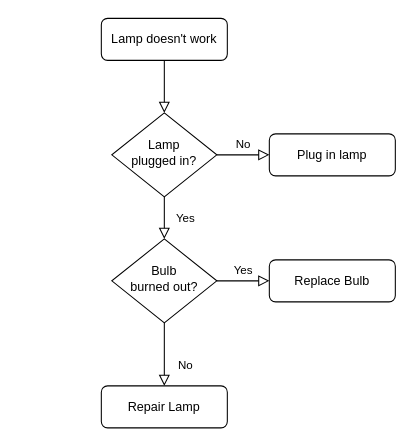
Antor7080/Antor7080 keeps this draw.io diagram as Untitled Diagram.drawio. Above is the earlier version. Source tidied: cells renumbered, new cells numbered last; positions are measured from the earlier drawing's top-left corner, leaving out a move shared by most shapes. Both pictures are drawn from the tidied source at 105%, with x=0, y=0 at pixel (101, 18).
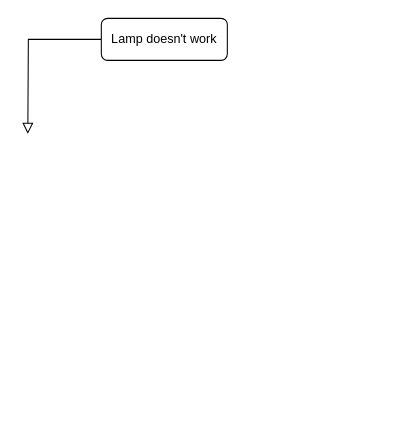
After the change.

Change to the diagram source:
```diff
@@
 <mxGraphModel>
   <root>
     <mxCell id="0" />
     <mxCell id="1" parent="0" />
-    <mxCell id="2" style="rounded=0;html=1;jettySize=auto;fontSize=11;endArrow=block;endFill=0;endSize=8;strokeWidth=1;shadow=0;labelBackgroundColor=none;edgeStyle=orthogonalEdgeStyle;" parent="1" edge="1" source="3" target="6">
-      <mxGeometry relative="1" as="geometry" />
+    <mxCell id="2" style="rounded=0;html=1;jettySize=auto;fontSize=11;endArrow=block;endFill=0;endSize=8;strokeWidth=1;shadow=0;labelBackgroundColor=none;edgeStyle=orthogonalEdgeStyle;" parent="1" edge="1" source="3">
+      <mxGeometry relative="1" as="geometry">
+        <mxPoint x="-70" y="110" as="targetPoint" />
+      </mxGeometry>
     </mxCell>
     <mxCell id="3" value="Lamp doesn't work" style="rounded=1;whiteSpace=wrap;html=1;fontSize=12;glass=0;strokeWidth=1;shadow=0;" parent="1" vertex="1">
       <mxGeometry width="120" height="40" as="geometry" />
     </mxCell>
-    <mxCell id="4" value="Yes" style="rounded=0;html=1;jettySize=auto;fontSize=11;endArrow=block;endFill=0;endSize=8;strokeWidth=1;shadow=0;labelBackgroundColor=none;edgeStyle=orthogonalEdgeStyle;" parent="1" edge="1" source="6" target="10">
-      <mxGeometry y="20" relative="1" as="geometry" />
-    </mxCell>
-    <mxCell id="5" value="No" style="edgeStyle=orthogonalEdgeStyle;rounded=0;html=1;jettySize=auto;fontSize=11;endArrow=block;endFill=0;endSize=8;strokeWidth=1;shadow=0;labelBackgroundColor=none;" parent="1" edge="1" source="6" target="7">
-      <mxGeometry y="10" relative="1" as="geometry" />
-    </mxCell>
-    <mxCell id="6" value="Lamp&lt;br&gt;plugged in?" style="rhombus;whiteSpace=wrap;html=1;shadow=0;fontFamily=Helvetica;fontSize=12;align=center;strokeWidth=1;spacing=6;spacingTop=-4;" parent="1" vertex="1">
-      <mxGeometry x="10" y="90" width="100" height="80" as="geometry" />
-    </mxCell>
-    <mxCell id="7" value="Plug in lamp" style="rounded=1;whiteSpace=wrap;html=1;fontSize=12;glass=0;strokeWidth=1;shadow=0;" parent="1" vertex="1">
-      <mxGeometry x="160" y="110" width="120" height="40" as="geometry" />
-    </mxCell>
-    <mxCell id="8" value="No" style="rounded=0;html=1;jettySize=auto;fontSize=11;endArrow=block;endFill=0;endSize=8;strokeWidth=1;shadow=0;labelBackgroundColor=none;edgeStyle=orthogonalEdgeStyle;" parent="1" edge="1" source="10" target="11">
-      <mxGeometry x="0.33" y="20" relative="1" as="geometry" />
-    </mxCell>
-    <mxCell id="9" value="Yes" style="edgeStyle=orthogonalEdgeStyle;rounded=0;html=1;jettySize=auto;fontSize=11;endArrow=block;endFill=0;endSize=8;strokeWidth=1;shadow=0;labelBackgroundColor=none;" parent="1" edge="1" source="10" target="12">
-      <mxGeometry y="10" relative="1" as="geometry" />
-    </mxCell>
-    <mxCell id="10" value="Bulb&lt;br&gt;burned out?" style="rhombus;whiteSpace=wrap;html=1;shadow=0;fontFamily=Helvetica;fontSize=12;align=center;strokeWidth=1;spacing=6;spacingTop=-4;" parent="1" vertex="1">
-      <mxGeometry x="10" y="210" width="100" height="80" as="geometry" />
-    </mxCell>
-    <mxCell id="11" value="Repair Lamp" style="rounded=1;whiteSpace=wrap;html=1;fontSize=12;glass=0;strokeWidth=1;shadow=0;" parent="1" vertex="1">
-      <mxGeometry y="350" width="120" height="40" as="geometry" />
-    </mxCell>
-    <mxCell id="12" value="Replace Bulb" style="rounded=1;whiteSpace=wrap;html=1;fontSize=12;glass=0;strokeWidth=1;shadow=0;" parent="1" vertex="1">
-      <mxGeometry x="160" y="230" width="120" height="40" as="geometry" />
-    </mxCell>
   </root>
 </mxGraphModel>
```
